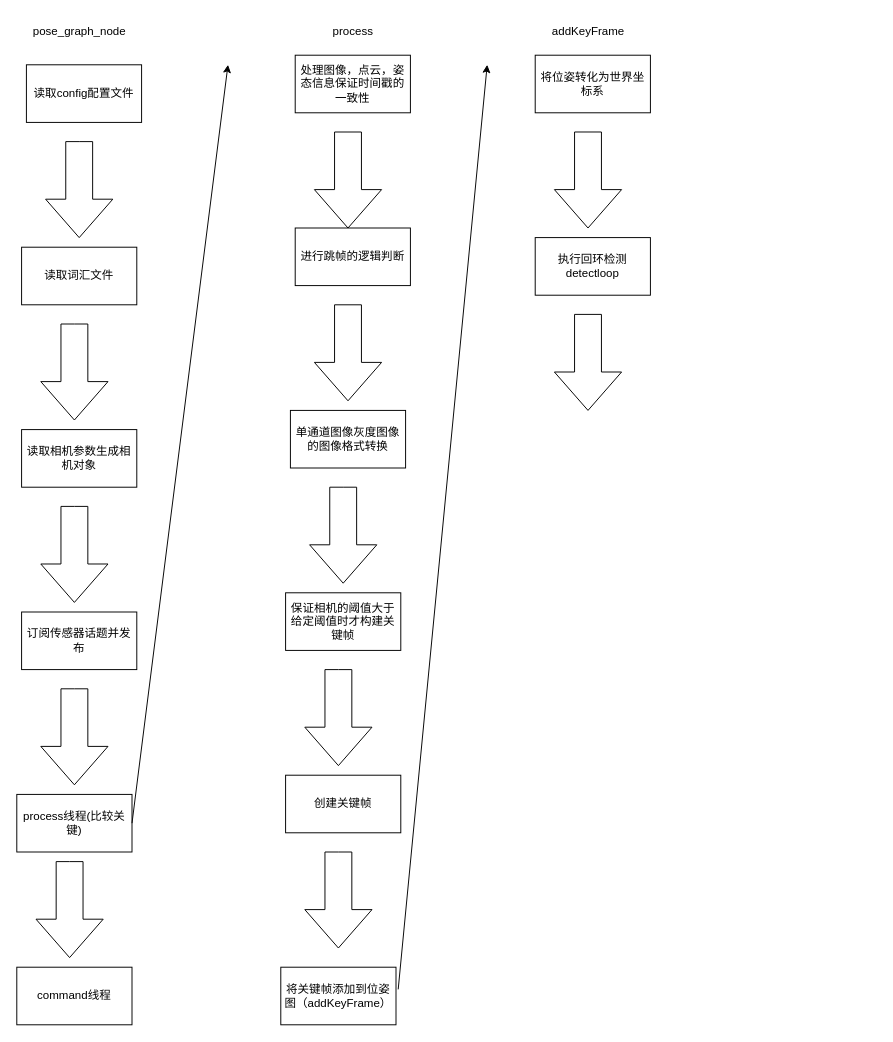
The draw.io diagram note/思维导图源文件/loop_fusion.drawio in luohongk/VINS-FusionCommentByLuo, before the edit. Source tidied: cells renumbered, new cells numbered last; positions are measured from the earlier drawing's top-left corner, leaving out a move shared by most shapes. Both pictures are drawn from the tidied source at 96%, with x=0, y=0 at pixel (16, 16).
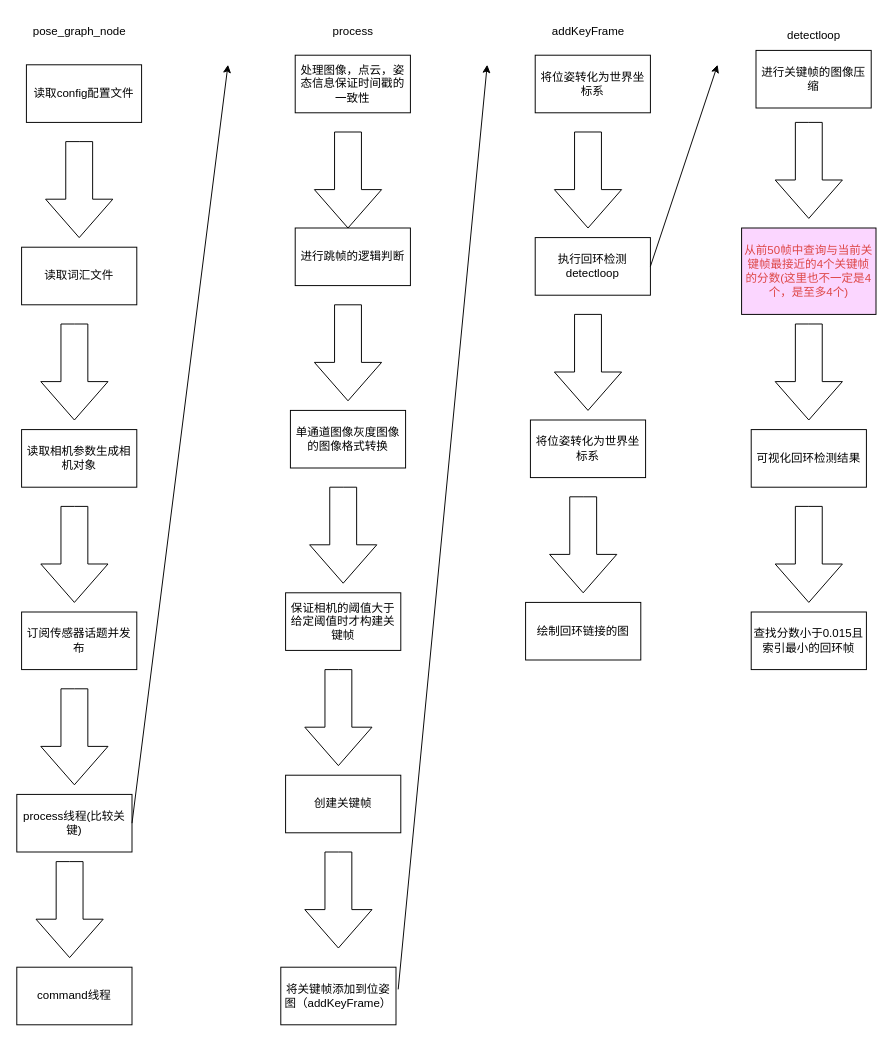
After the change.

Commit message (it also covers changes not shown here):
完善loop_fusion的思维导图

The change refers to these unchanged cells:
```xml
<mxCell id="31" value="执行回环检测detectloop" style="rounded=0;whiteSpace=wrap;html=1;" parent="1" vertex="1">
  <mxGeometry x="540" y="230" width="120" height="60" as="geometry" />
</mxCell>
```

What changed in the source:
```diff
@@
+    <mxCell id="33" value="将位姿转化为世界坐标系" style="rounded=0;whiteSpace=wrap;html=1;" parent="1" vertex="1">
+      <mxGeometry x="535" y="420" width="120" height="60" as="geometry" />
+    </mxCell>
+    <mxCell id="34" style="html=1;shadow=0;dashed=0;align=center;verticalAlign=middle;shape=mxgraph.arrows2.arrow;dy=0.6;dx=40;direction=south;notch=0;" parent="1" vertex="1">
+      <mxGeometry x="555" y="500" width="70" height="100" as="geometry" />
+    </mxCell>
+    <mxCell id="35" value="绘制回环链接的图" style="rounded=0;whiteSpace=wrap;html=1;" parent="1" vertex="1">
+      <mxGeometry x="530" y="610" width="120" height="60" as="geometry" />
+    </mxCell>
+    <mxCell id="36" style="endArrow=classic;html=1;exitX=1;exitY=0.5;exitDx=0;exitDy=0;" parent="1" edge="1" source="31">
+      <mxGeometry relative="1" as="geometry">
+        <mxPoint x="730" y="50" as="targetPoint" />
+      </mxGeometry>
+    </mxCell>
+    <mxCell id="37" value="detectloop" style="text;html=1;align=center;verticalAlign=middle;strokeColor=none;fillColor=none;" parent="1" vertex="1">
+      <mxGeometry x="790" y="5" width="80" height="30" as="geometry" />
+    </mxCell>
+    <mxCell id="38" value="进行关键帧的图像压缩" style="rounded=0;whiteSpace=wrap;html=1;" parent="1" vertex="1">
+      <mxGeometry x="770" y="35" width="120" height="60" as="geometry" />
+    </mxCell>
+    <mxCell id="39" style="html=1;shadow=0;dashed=0;align=center;verticalAlign=middle;shape=mxgraph.arrows2.arrow;dy=0.6;dx=40;direction=south;notch=0;" parent="1" vertex="1">
+      <mxGeometry x="790" y="110" width="70" height="100" as="geometry" />
+    </mxCell>
+    <mxCell id="40" value="&lt;font color=&quot;#dd4646&quot;&gt;从前50帧中查询与当前关键帧最接近的4个关键帧的分数(这里也不一定是4个，是至多4个)&lt;/font&gt;" style="rounded=0;whiteSpace=wrap;html=1;fillColor=#FBD6FF;" parent="1" vertex="1">
+      <mxGeometry x="755" y="220" width="140" height="90" as="geometry" />
+    </mxCell>
+    <mxCell id="41" style="html=1;shadow=0;dashed=0;align=center;verticalAlign=middle;shape=mxgraph.arrows2.arrow;dy=0.6;dx=40;direction=south;notch=0;" parent="1" vertex="1">
+      <mxGeometry x="790" y="320" width="70" height="100" as="geometry" />
+    </mxCell>
+    <mxCell id="42" value="可视化回环检测结果" style="rounded=0;whiteSpace=wrap;html=1;" parent="1" vertex="1">
+      <mxGeometry x="765" y="430" width="120" height="60" as="geometry" />
+    </mxCell>
+    <mxCell id="43" style="html=1;shadow=0;dashed=0;align=center;verticalAlign=middle;shape=mxgraph.arrows2.arrow;dy=0.6;dx=40;direction=south;notch=0;" parent="1" vertex="1">
+      <mxGeometry x="790" y="510" width="70" height="100" as="geometry" />
+    </mxCell>
+    <mxCell id="44" value="查找分数小于0.015且索引最小的回环帧" style="rounded=0;whiteSpace=wrap;html=1;" parent="1" vertex="1">
+      <mxGeometry x="765" y="620" width="120" height="60" as="geometry" />
+    </mxCell>
```
